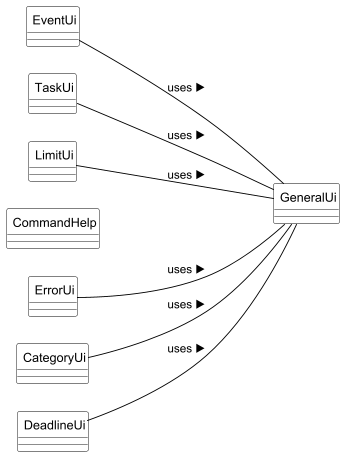
marken9/tp keeps this PlantUML diagram as docs/pictures/UIClassDiagram.png. Above is the earlier version.
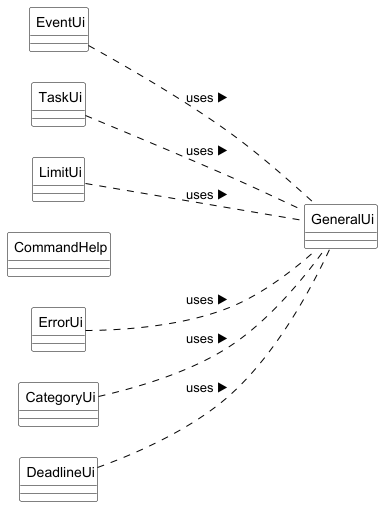
Above is the later version.

Commit message:
Updated Class diagrams

The edit, as a diff of the source:
```diff
@@ -30,11 +30,11 @@
 ErrorUi -[hidden]- GeneralUi
 GeneralUi -[hidden]- EventUi
 
-ErrorUi     -- GeneralUi : uses ▶
-CategoryUi  -- GeneralUi : uses ▶
-DeadlineUi  -- GeneralUi : uses ▶
-EventUi     -- GeneralUi : uses ▶
-TaskUi      -- GeneralUi : uses ▶
-LimitUi     -- GeneralUi : uses ▶
+ErrorUi     .. GeneralUi : uses ▶
+CategoryUi  .. GeneralUi : uses ▶
+DeadlineUi  .. GeneralUi : uses ▶
+EventUi     .. GeneralUi : uses ▶
+TaskUi      .. GeneralUi : uses ▶
+LimitUi     .. GeneralUi : uses ▶
 
 @enduml
```
